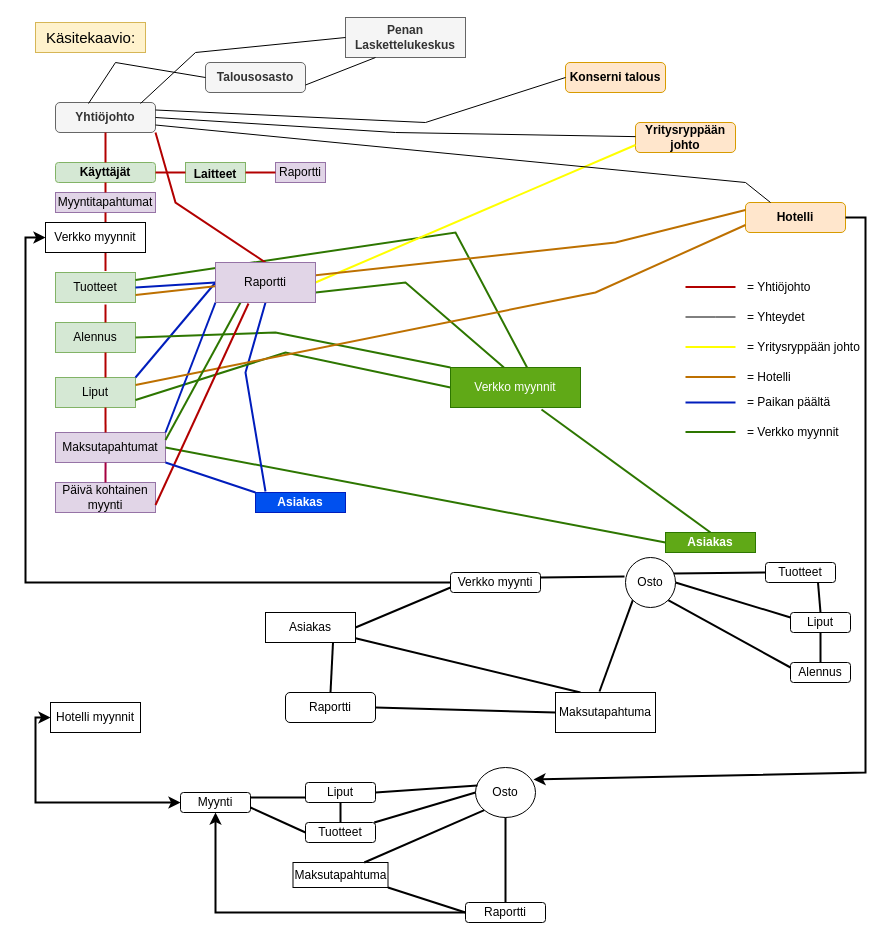
Before: Untitled Diagram.drawio in Nele83/Ohjelmointtikehittaja, a draw.io diagram. Source tidied: cells renumbered, new cells numbered last; positions are measured from the earlier drawing's top-left corner, leaving out a move shared by most shapes. Both pictures are drawn from the tidied source at 100%, with x=0, y=0 at pixel (35, 17).
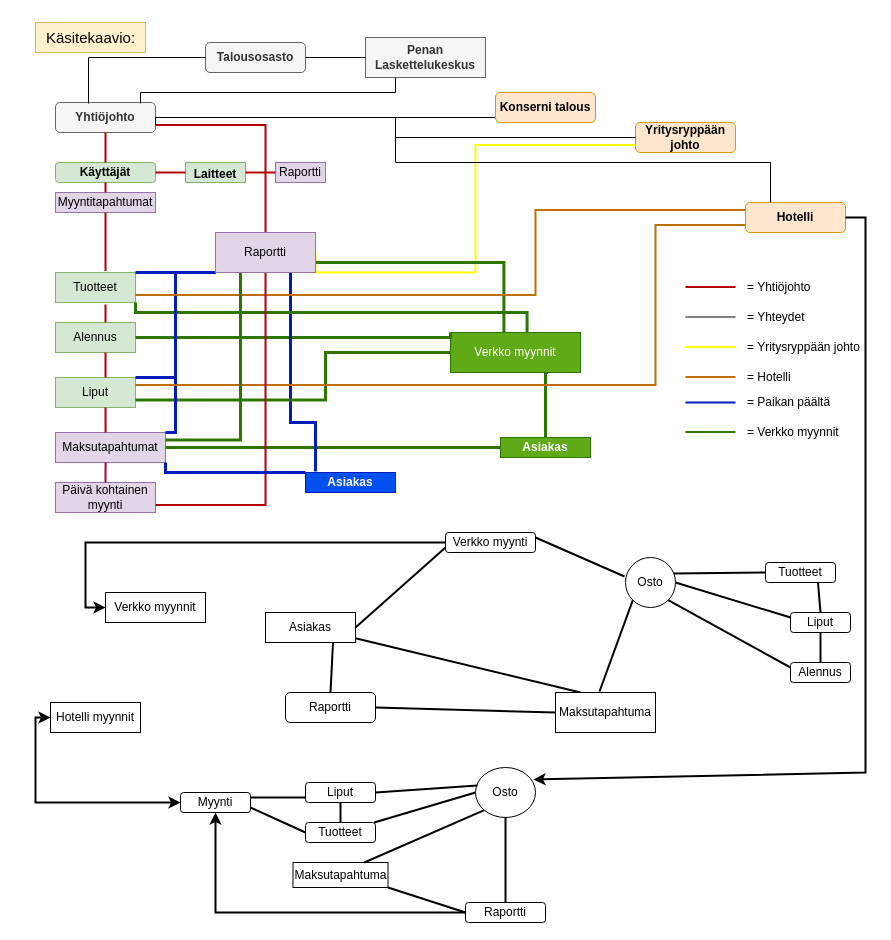
Above is the later version.

Unchanged cells that the change refers to:
```xml
<mxCell id="3" value="&lt;b&gt;Yhtiöjohto&lt;/b&gt;" style="rounded=1;whiteSpace=wrap;html=1;fillColor=#f5f5f5;strokeColor=#666666;fontColor=#333333;" parent="1" vertex="1">
  <mxGeometry x="20" y="85" width="100" height="30" as="geometry" />
</mxCell>
<mxCell id="6" value="Liput" style="rounded=0;whiteSpace=wrap;html=1;fillColor=#d5e8d4;strokeColor=#82b366;" parent="1" vertex="1">
  <mxGeometry x="20" y="360" width="80" height="30" as="geometry" />
</mxCell>
<mxCell id="8" value="&lt;b style=&quot;background-color: initial;&quot;&gt;Yritysryppään johto&lt;/b&gt;" style="rounded=1;whiteSpace=wrap;html=1;fillColor=#ffe6cc;strokeColor=#d79b00;" parent="1" vertex="1">
  <mxGeometry x="600" y="105" width="100" height="30" as="geometry" />
</mxCell>
<mxCell id="9" value="&lt;b&gt;Hotelli&lt;/b&gt;" style="rounded=1;whiteSpace=wrap;html=1;fillColor=#ffe6cc;strokeColor=#d79b00;" parent="1" vertex="1">
  <mxGeometry x="710" y="185" width="100" height="30" as="geometry" />
</mxCell>
<mxCell id="16" value="Alennus" style="rounded=0;whiteSpace=wrap;html=1;fontSize=12;fillColor=#d5e8d4;strokeColor=#82b366;" parent="1" vertex="1">
  <mxGeometry x="20" y="305" width="80" height="30" as="geometry" />
</mxCell>
<mxCell id="17" value="Tuotteet" style="rounded=0;whiteSpace=wrap;html=1;fontSize=12;fillColor=#d5e8d4;strokeColor=#82b366;" parent="1" vertex="1">
  <mxGeometry x="20" y="255" width="80" height="30" as="geometry" />
</mxCell>
<mxCell id="19" value="Maksutapahtumat" style="rounded=0;whiteSpace=wrap;html=1;fillColor=#e1d5e7;strokeColor=#9673a6;" parent="1" vertex="1">
  <mxGeometry x="20" y="415" width="110" height="30" as="geometry" />
</mxCell>
<mxCell id="20" value="Päivä kohtainen myynti" style="rounded=0;whiteSpace=wrap;html=1;fillColor=#e1d5e7;strokeColor=#9673a6;" parent="1" vertex="1">
  <mxGeometry x="20" y="465" width="100" height="30" as="geometry" />
</mxCell>
```

The edit, as a diff of the source:
```diff
@@
     <mxCell id="2" value="&lt;b&gt;Penan Laskettelukeskus&lt;/b&gt;" style="rounded=0;whiteSpace=wrap;html=1;fillColor=#f5f5f5;fontColor=#333333;strokeColor=#666666;" parent="1" vertex="1">
-      <mxGeometry x="310" width="120" height="40" as="geometry" />
+      <mxGeometry x="330" y="20" width="120" height="40" as="geometry" />
     </mxCell>
+    <mxCell id="47" style="edgeStyle=orthogonalEdgeStyle;rounded=0;jettySize=auto;html=1;exitX=1;exitY=0.5;exitDx=0;exitDy=0;entryX=0;entryY=0.75;entryDx=0;entryDy=0;strokeColor=default;strokeWidth=1;endArrow=none;endFill=0;" parent="1" edge="1" source="3" target="5">
+      <mxGeometry relative="1" as="geometry">
+        <Array as="points">
+          <mxPoint x="460" y="100" />
+        </Array>
+      </mxGeometry>
+    </mxCell>
@@
+    <mxCell id="31" style="edgeStyle=orthogonalEdgeStyle;rounded=0;jettySize=auto;html=1;exitX=1;exitY=0.5;exitDx=0;exitDy=0;entryX=0;entryY=0.5;entryDx=0;entryDy=0;strokeColor=default;endArrow=none;endFill=0;strokeWidth=1;" parent="1" edge="1" source="4" target="2">
+      <mxGeometry relative="1" as="geometry" />
+    </mxCell>
     <mxCell id="4" value="&lt;b&gt;Talousosasto&lt;/b&gt;" style="rounded=1;whiteSpace=wrap;html=1;fillColor=#f5f5f5;strokeColor=#666666;fontColor=#333333;" parent="1" vertex="1">
-      <mxGeometry x="170" y="45" width="100" height="30" as="geometry" />
+      <mxGeometry x="170" y="25" width="100" height="30" as="geometry" />
     </mxCell>
     <mxCell id="5" value="&lt;b&gt;Konserni talous&lt;/b&gt;" style="rounded=1;whiteSpace=wrap;html=1;fillColor=#ffe6cc;strokeColor=#d79b00;" parent="1" vertex="1">
-      <mxGeometry x="530" y="45" width="100" height="30" as="geometry" />
+      <mxGeometry x="460" y="75" width="100" height="30" as="geometry" />
     </mxCell>
@@
     <mxCell id="7" value="&lt;b&gt;Asiakas&lt;/b&gt;" style="rounded=0;whiteSpace=wrap;html=1;fillColor=#0050ef;strokeColor=#001DBC;fontColor=#ffffff;" parent="1" vertex="1">
-      <mxGeometry x="220" y="475" width="90" height="20" as="geometry" />
+      <mxGeometry x="270" y="455" width="90" height="20" as="geometry" />
     </mxCell>
@@
+    <mxCell id="106" style="edgeStyle=orthogonalEdgeStyle;rounded=0;jettySize=auto;html=1;exitX=0.75;exitY=1;exitDx=0;exitDy=0;entryX=0.5;entryY=0;entryDx=0;entryDy=0;strokeColor=#2D7600;strokeWidth=3;endArrow=none;endFill=0;fillColor=#60a917;" parent="1" edge="1" source="15" target="43">
+      <mxGeometry relative="1" as="geometry">
+        <Array as="points">
+          <mxPoint x="510" y="355" />
+        </Array>
+      </mxGeometry>
+    </mxCell>
     <mxCell id="15" value="&lt;font color=&quot;#ffffff&quot;&gt;Verkko myynnit&lt;/font&gt;" style="rounded=0;whiteSpace=wrap;html=1;fontSize=12;fillColor=#60a917;fontColor=#ffffff;strokeColor=#2D7600;" parent="1" vertex="1">
-      <mxGeometry x="415" y="350" width="130" height="40" as="geometry" />
+      <mxGeometry x="415" y="315" width="130" height="40" as="geometry" />
     </mxCell>
@@
-    <mxCell id="28" style="endArrow=none;html=1;rounded=0;exitX=0;exitY=0.5;exitDx=0;exitDy=0;entryX=1;entryY=0.5;entryDx=0;entryDy=0;fillColor=#0050ef;strokeColor=#001DBC;strokeWidth=2;" parent="1" edge="1" source="66" target="17">
-      <mxGeometry relative="1" as="geometry" />
+    <mxCell id="28" style="endArrow=none;html=1;rounded=0;exitX=0;exitY=1;exitDx=0;exitDy=0;entryX=1;entryY=0;entryDx=0;entryDy=0;fillColor=#0050ef;strokeColor=#001DBC;strokeWidth=3;entryPerimeter=0;edgeStyle=orthogonalEdgeStyle;" parent="1" edge="1" source="66" target="17">
+      <mxGeometry relative="1" as="geometry">
+        <Array as="points">
+          <mxPoint x="120" y="255" />
+          <mxPoint x="120" y="255" />
+        </Array>
+      </mxGeometry>
     </mxCell>
-    <mxCell id="29" style="endArrow=none;html=1;rounded=0;exitX=1;exitY=0;exitDx=0;exitDy=0;entryX=0;entryY=0.5;entryDx=0;entryDy=0;fillColor=#0050ef;strokeColor=#001DBC;strokeWidth=2;" parent="1" edge="1" source="6" target="66">
-      <mxGeometry relative="1" as="geometry" />
+    <mxCell id="29" style="endArrow=none;html=1;rounded=0;exitX=1;exitY=0;exitDx=0;exitDy=0;entryX=0;entryY=1;entryDx=0;entryDy=0;fillColor=#0050ef;strokeColor=#001DBC;strokeWidth=3;edgeStyle=orthogonalEdgeStyle;" parent="1" edge="1" source="6" target="66">
+      <mxGeometry relative="1" as="geometry">
+        <Array as="points">
+          <mxPoint x="140" y="360" />
+          <mxPoint x="140" y="255" />
+        </Array>
+      </mxGeometry>
     </mxCell>
-    <mxCell id="30" style="endArrow=none;html=1;rounded=0;entryX=0;entryY=0.5;entryDx=0;entryDy=0;exitX=0.85;exitY=0.033;exitDx=0;exitDy=0;exitPerimeter=0;" parent="1" edge="1" source="3" target="2">
+    <mxCell id="30" style="endArrow=none;html=1;rounded=0;exitX=0.85;exitY=0.033;exitDx=0;exitDy=0;exitPerimeter=0;edgeStyle=orthogonalEdgeStyle;entryX=0.25;entryY=1;entryDx=0;entryDy=0;" parent="1" edge="1" source="3" target="2">
       <mxGeometry relative="1" as="geometry">
         <Array as="points">
-          <mxPoint x="160" y="35" />
+          <mxPoint x="105" y="75" />
+          <mxPoint x="360" y="75" />
         </Array>
       </mxGeometry>
     </mxCell>
-    <mxCell id="31" style="endArrow=none;html=1;rounded=0;exitX=1;exitY=0.75;exitDx=0;exitDy=0;entryX=0.25;entryY=1;entryDx=0;entryDy=0;" parent="1" edge="1" source="4" target="2">
-      <mxGeometry relative="1" as="geometry" />
-    </mxCell>
-    <mxCell id="32" style="endArrow=none;html=1;rounded=0;exitX=0.33;exitY=0.033;exitDx=0;exitDy=0;entryX=0;entryY=0.5;entryDx=0;entryDy=0;exitPerimeter=0;" parent="1" edge="1" source="3" target="4">
-      <mxGeometry relative="1" as="geometry">
-        <Array as="points">
-          <mxPoint x="80" y="45" />
-        </Array>
-      </mxGeometry>
+    <mxCell id="32" style="endArrow=none;html=1;rounded=0;exitX=0.33;exitY=0.033;exitDx=0;exitDy=0;entryX=0;entryY=0.5;entryDx=0;entryDy=0;exitPerimeter=0;edgeStyle=orthogonalEdgeStyle;" parent="1" edge="1" source="3" target="4">
+      <mxGeometry relative="1" as="geometry" />
     </mxCell>
@@
-    <mxCell id="34" style="endArrow=none;html=1;rounded=0;exitX=1;exitY=0.5;exitDx=0;exitDy=0;entryX=0;entryY=0.5;entryDx=0;entryDy=0;fillColor=#60a917;strokeColor=#2D7600;strokeWidth=2;" parent="1" edge="1" source="19" target="43">
+    <mxCell id="34" style="endArrow=none;html=1;rounded=0;exitX=1;exitY=0.5;exitDx=0;exitDy=0;entryX=0;entryY=0.5;entryDx=0;entryDy=0;fillColor=#60a917;strokeColor=#2D7600;strokeWidth=3;edgeStyle=orthogonalEdgeStyle;" parent="1" edge="1" source="19" target="43">
       <mxGeometry relative="1" as="geometry" />
     </mxCell>
-    <mxCell id="35" style="endArrow=none;html=1;rounded=0;exitX=1;exitY=0.5;exitDx=0;exitDy=0;entryX=0;entryY=0;entryDx=0;entryDy=0;fillColor=#60a917;strokeColor=#2D7600;strokeWidth=2;" parent="1" edge="1" source="16" target="15">
+    <mxCell id="35" style="endArrow=none;html=1;rounded=0;exitX=1;exitY=0.5;exitDx=0;exitDy=0;entryX=0;entryY=0;entryDx=0;entryDy=0;fillColor=#60a917;strokeColor=#2D7600;strokeWidth=3;edgeStyle=orthogonalEdgeStyle;" parent="1" edge="1" source="16" target="15">
       <mxGeometry relative="1" as="geometry">
         <Array as="points">
-          <mxPoint x="240" y="315" />
+          <mxPoint x="415" y="320" />
         </Array>
       </mxGeometry>
     </mxCell>
-    <mxCell id="36" style="endArrow=none;html=1;rounded=0;entryX=0.111;entryY=-0.05;entryDx=0;entryDy=0;exitX=0.5;exitY=1;exitDx=0;exitDy=0;fillColor=#0050ef;strokeColor=#001DBC;strokeWidth=2;entryPerimeter=0;" parent="1" edge="1" source="66" target="7">
+    <mxCell id="36" style="endArrow=none;html=1;rounded=0;entryX=0.111;entryY=-0.05;entryDx=0;entryDy=0;exitX=0.75;exitY=1;exitDx=0;exitDy=0;fillColor=#0050ef;strokeColor=#001DBC;strokeWidth=3;entryPerimeter=0;edgeStyle=orthogonalEdgeStyle;" parent="1" edge="1" source="66" target="7">
       <mxGeometry relative="1" as="geometry">
         <Array as="points">
-          <mxPoint x="210" y="355" />
+          <mxPoint x="255" y="405" />
+          <mxPoint x="280" y="405" />
         </Array>
       </mxGeometry>
     </mxCell>
-    <mxCell id="37" style="endArrow=none;html=1;rounded=0;entryX=0.7;entryY=1.05;entryDx=0;entryDy=0;exitX=0.5;exitY=0;exitDx=0;exitDy=0;entryPerimeter=0;fillColor=#60a917;strokeColor=#2D7600;strokeWidth=2;" parent="1" edge="1" source="43" target="15">
-      <mxGeometry relative="1" as="geometry" />
-    </mxCell>
-    <mxCell id="38" style="endArrow=none;html=1;rounded=0;entryX=0.589;entryY=0;entryDx=0;entryDy=0;entryPerimeter=0;fillColor=#60a917;strokeColor=#2D7600;strokeWidth=2;startArrow=none;exitX=1;exitY=0.25;exitDx=0;exitDy=0;" parent="1" edge="1" source="17" target="15">
+    <mxCell id="38" style="endArrow=none;html=1;rounded=0;entryX=0.589;entryY=0;entryDx=0;entryDy=0;entryPerimeter=0;fillColor=#60a917;strokeColor=#2D7600;strokeWidth=3;startArrow=none;edgeStyle=orthogonalEdgeStyle;exitX=1;exitY=1;exitDx=0;exitDy=0;" parent="1" edge="1" source="17" target="15">
       <mxGeometry relative="1" as="geometry">
         <Array as="points">
-          <mxPoint x="420" y="215" />
+          <mxPoint x="100" y="295" />
+          <mxPoint x="492" y="295" />
         </Array>
       </mxGeometry>
     </mxCell>
-    <mxCell id="39" style="endArrow=none;html=1;rounded=0;exitX=1;exitY=0.75;exitDx=0;exitDy=0;entryX=0;entryY=0.5;entryDx=0;entryDy=0;fillColor=#60a917;strokeColor=#2D7600;strokeWidth=2;" parent="1" edge="1" source="6" target="15">
+    <mxCell id="39" style="endArrow=none;html=1;rounded=0;exitX=1;exitY=0.75;exitDx=0;exitDy=0;entryX=0;entryY=0.5;entryDx=0;entryDy=0;fillColor=#60a917;strokeColor=#2D7600;strokeWidth=3;edgeStyle=orthogonalEdgeStyle;" parent="1" edge="1" source="6" target="15">
       <mxGeometry relative="1" as="geometry">
         <Array as="points">
-          <mxPoint x="250" y="335" />
+          <mxPoint x="290" y="383" />
+          <mxPoint x="290" y="335" />
         </Array>
       </mxGeometry>
     </mxCell>
-    <mxCell id="40" style="endArrow=none;html=1;rounded=0;exitX=1;exitY=0;exitDx=0;exitDy=0;entryX=0;entryY=1;entryDx=0;entryDy=0;fillColor=#0050ef;strokeColor=#001DBC;strokeWidth=2;" parent="1" edge="1" source="19" target="66">
-      <mxGeometry relative="1" as="geometry" />
+    <mxCell id="40" style="endArrow=none;html=1;rounded=0;exitX=1;exitY=0;exitDx=0;exitDy=0;entryX=0;entryY=1;entryDx=0;entryDy=0;fillColor=#0050ef;strokeColor=#001DBC;strokeWidth=3;edgeStyle=orthogonalEdgeStyle;" parent="1" edge="1" source="19" target="66">
+      <mxGeometry relative="1" as="geometry">
+        <Array as="points">
+          <mxPoint x="140" y="415" />
+          <mxPoint x="140" y="255" />
+        </Array>
+      </mxGeometry>
     </mxCell>
-    <mxCell id="41" style="endArrow=none;html=1;rounded=0;entryX=1;entryY=1;entryDx=0;entryDy=0;exitX=0.5;exitY=0;exitDx=0;exitDy=0;fillColor=#e51400;strokeColor=#B20000;strokeWidth=2;" parent="1" edge="1" source="66" target="3">
-      <mxGeometry relative="1" as="geometry">
-        <Array as="points">
-          <mxPoint x="140" y="185" />
-        </Array>
-      </mxGeometry>
+    <mxCell id="41" style="endArrow=none;html=1;rounded=0;exitX=0.5;exitY=0;exitDx=0;exitDy=0;fillColor=#e51400;strokeColor=#B20000;strokeWidth=2;edgeStyle=orthogonalEdgeStyle;entryX=1;entryY=0.75;entryDx=0;entryDy=0;" parent="1" edge="1" source="66" target="3">
+      <mxGeometry relative="1" as="geometry" />
     </mxCell>
-    <mxCell id="42" style="endArrow=none;html=1;rounded=0;exitX=1;exitY=0.5;exitDx=0;exitDy=0;entryX=0;entryY=0.75;entryDx=0;entryDy=0;fillColor=#ffff88;strokeColor=#FFFF00;strokeWidth=2;" parent="1" edge="1" source="66" target="8">
-      <mxGeometry relative="1" as="geometry" />
+    <mxCell id="42" style="endArrow=none;html=1;rounded=0;exitX=1;exitY=0.5;exitDx=0;exitDy=0;entryX=0;entryY=0.75;entryDx=0;entryDy=0;fillColor=#ffff88;strokeColor=#FFFF00;strokeWidth=2;edgeStyle=orthogonalEdgeStyle;" parent="1" edge="1" source="66" target="8">
+      <mxGeometry relative="1" as="geometry">
+        <Array as="points">
+          <mxPoint x="280" y="255" />
+          <mxPoint x="440" y="255" />
+          <mxPoint x="440" y="128" />
+        </Array>
+      </mxGeometry>
     </mxCell>
     <mxCell id="43" value="&lt;b&gt;Asiakas&lt;/b&gt;" style="rounded=0;whiteSpace=wrap;html=1;fillColor=#60a917;fontColor=#ffffff;strokeColor=#2D7600;" parent="1" vertex="1">
-      <mxGeometry x="630" y="515" width="90" height="20" as="geometry" />
+      <mxGeometry x="465" y="420" width="90" height="20" as="geometry" />
     </mxCell>
-    <mxCell id="44" style="endArrow=none;html=1;rounded=0;exitX=1;exitY=0.75;exitDx=0;exitDy=0;entryX=0.411;entryY=0;entryDx=0;entryDy=0;entryPerimeter=0;fillColor=#60a917;strokeColor=#2D7600;strokeWidth=2;" parent="1" edge="1" source="66" target="15">
-      <mxGeometry relative="1" as="geometry">
-        <Array as="points">
-          <mxPoint x="370" y="265" />
-        </Array>
-      </mxGeometry>
+    <mxCell id="44" style="endArrow=none;html=1;rounded=0;exitX=1;exitY=0.75;exitDx=0;exitDy=0;entryX=0.411;entryY=0;entryDx=0;entryDy=0;entryPerimeter=0;fillColor=#60a917;strokeColor=#2D7600;strokeWidth=3;edgeStyle=orthogonalEdgeStyle;" parent="1" edge="1" source="66" target="15">
+      <mxGeometry relative="1" as="geometry" />
     </mxCell>
-    <mxCell id="45" style="endArrow=none;html=1;rounded=0;entryX=0;entryY=0.75;entryDx=0;entryDy=0;exitX=1;exitY=0.25;exitDx=0;exitDy=0;fillColor=#f0a30a;strokeColor=#BD7000;strokeWidth=2;" parent="1" edge="1" source="6" target="9">
+    <mxCell id="45" style="endArrow=none;html=1;rounded=0;entryX=0;entryY=0.75;entryDx=0;entryDy=0;exitX=1;exitY=0.25;exitDx=0;exitDy=0;fillColor=#f0a30a;strokeColor=#BD7000;strokeWidth=2;edgeStyle=orthogonalEdgeStyle;" parent="1" edge="1" source="6" target="9">
       <mxGeometry relative="1" as="geometry">
         <Array as="points">
-          <mxPoint x="560" y="275" />
+          <mxPoint x="620" y="368" />
+          <mxPoint x="620" y="208" />
         </Array>
       </mxGeometry>
     </mxCell>
-    <mxCell id="46" style="endArrow=none;html=1;rounded=0;entryX=0;entryY=0.25;entryDx=0;entryDy=0;exitX=1;exitY=0.75;exitDx=0;exitDy=0;fillColor=#f0a30a;strokeColor=#BD7000;strokeWidth=2;" parent="1" edge="1" source="17" target="9">
+    <mxCell id="46" style="endArrow=none;html=1;rounded=0;entryX=0;entryY=0.25;entryDx=0;entryDy=0;exitX=1;exitY=0.75;exitDx=0;exitDy=0;fillColor=#f0a30a;strokeColor=#BD7000;strokeWidth=2;edgeStyle=orthogonalEdgeStyle;" parent="1" edge="1" source="17" target="9">
       <mxGeometry relative="1" as="geometry">
         <Array as="points">
-          <mxPoint x="580" y="225" />
+          <mxPoint x="500" y="278" />
+          <mxPoint x="500" y="193" />
         </Array>
       </mxGeometry>
     </mxCell>
-    <mxCell id="47" style="endArrow=none;html=1;rounded=0;exitX=1;exitY=0.25;exitDx=0;exitDy=0;entryX=0;entryY=0.5;entryDx=0;entryDy=0;" parent="1" edge="1" source="3" target="5">
-      <mxGeometry relative="1" as="geometry">
-        <Array as="points">
-          <mxPoint x="390" y="105" />
-        </Array>
-      </mxGeometry>
-    </mxCell>
-    <mxCell id="48" style="endArrow=none;html=1;rounded=0;exitX=1;exitY=0.5;exitDx=0;exitDy=0;" parent="1" edge="1" source="3" target="8">
-      <mxGeometry relative="1" as="geometry">
-        <Array as="points">
-          <mxPoint x="360" y="115" />
-        </Array>
-      </mxGeometry>
+    <mxCell id="48" style="endArrow=none;html=1;rounded=0;exitX=1;exitY=0.5;exitDx=0;exitDy=0;edgeStyle=orthogonalEdgeStyle;" parent="1" edge="1" source="3" target="8">
+      <mxGeometry relative="1" as="geometry" />
     </mxCell>
-    <mxCell id="49" style="endArrow=none;html=1;rounded=0;exitX=1;exitY=0.75;exitDx=0;exitDy=0;entryX=0.25;entryY=0;entryDx=0;entryDy=0;strokeColor=#000000;" parent="1" edge="1" source="3" target="9">
+    <mxCell id="49" style="endArrow=none;html=1;rounded=0;exitX=1;exitY=0.75;exitDx=0;exitDy=0;entryX=0.25;entryY=0;entryDx=0;entryDy=0;strokeColor=#000000;edgeStyle=orthogonalEdgeStyle;" parent="1" edge="1" source="3" target="9">
       <mxGeometry relative="1" as="geometry">
         <Array as="points">
-          <mxPoint x="710" y="165" />
+          <mxPoint x="120" y="100" />
+          <mxPoint x="360" y="100" />
+          <mxPoint x="360" y="145" />
+          <mxPoint x="735" y="145" />
         </Array>
       </mxGeometry>
     </mxCell>
@@
-    <mxCell id="59" style="endArrow=none;html=1;rounded=0;strokeColor=#B20000;strokeWidth=2;fontColor=#000000;exitX=1;exitY=0.75;exitDx=0;exitDy=0;fillColor=#e51400;entryX=0.33;entryY=1.025;entryDx=0;entryDy=0;entryPerimeter=0;" parent="1" edge="1" source="20" target="66">
+    <mxCell id="59" style="endArrow=none;html=1;rounded=0;strokeColor=#B20000;strokeWidth=2;fontColor=#000000;exitX=1;exitY=0.75;exitDx=0;exitDy=0;fillColor=#e51400;entryX=0.5;entryY=1;entryDx=0;entryDy=0;edgeStyle=orthogonalEdgeStyle;" parent="1" edge="1" source="20" target="66">
       <mxGeometry relative="1" as="geometry" />
     </mxCell>
@@
-    <mxCell id="64" style="endArrow=none;html=1;rounded=0;exitX=1;exitY=1;exitDx=0;exitDy=0;strokeWidth=2;fillColor=#0050ef;strokeColor=#001DBC;entryX=0;entryY=0;entryDx=0;entryDy=0;" parent="1" edge="1" source="19" target="7">
-      <mxGeometry relative="1" as="geometry" />
+    <mxCell id="64" style="endArrow=none;html=1;rounded=0;exitX=1;exitY=1;exitDx=0;exitDy=0;strokeWidth=3;fillColor=#0050ef;strokeColor=#001DBC;entryX=0;entryY=0;entryDx=0;entryDy=0;edgeStyle=orthogonalEdgeStyle;" parent="1" edge="1" source="19" target="7">
+      <mxGeometry relative="1" as="geometry">
+        <Array as="points">
+          <mxPoint x="130" y="455" />
+        </Array>
+      </mxGeometry>
     </mxCell>
-    <mxCell id="65" style="endArrow=none;html=1;rounded=0;strokeWidth=2;exitX=1;exitY=0.25;exitDx=0;exitDy=0;fillColor=#60a917;strokeColor=#2D7600;entryX=0.25;entryY=1;entryDx=0;entryDy=0;" parent="1" edge="1" source="19" target="66">
+    <mxCell id="65" style="endArrow=none;html=1;rounded=0;strokeWidth=3;exitX=1;exitY=0.25;exitDx=0;exitDy=0;fillColor=#60a917;strokeColor=#2D7600;entryX=0.25;entryY=1;entryDx=0;entryDy=0;edgeStyle=orthogonalEdgeStyle;" parent="1" edge="1" source="19" target="66">
       <mxGeometry relative="1" as="geometry" />
     </mxCell>
     <mxCell id="66" value="Raportti" style="rounded=0;whiteSpace=wrap;html=1;fillColor=#e1d5e7;strokeColor=#9673a6;" parent="1" vertex="1">
-      <mxGeometry x="180" y="245" width="100" height="40" as="geometry" />
+      <mxGeometry x="180" y="215" width="100" height="40" as="geometry" />
     </mxCell>
@@
     <mxCell id="72" value="Verkko myynti" style="rounded=1;whiteSpace=wrap;html=1;" parent="1" vertex="1">
-      <mxGeometry x="415" y="555" width="90" height="20" as="geometry" />
+      <mxGeometry x="410" y="515" width="90" height="20" as="geometry" />
     </mxCell>
@@
     <mxCell id="82" value="Verkko myynnit" style="rounded=0;whiteSpace=wrap;html=1;" parent="1" vertex="1">
-      <mxGeometry x="10" y="205" width="100" height="30" as="geometry" />
+      <mxGeometry x="70" y="575" width="100" height="30" as="geometry" />
     </mxCell>
```
